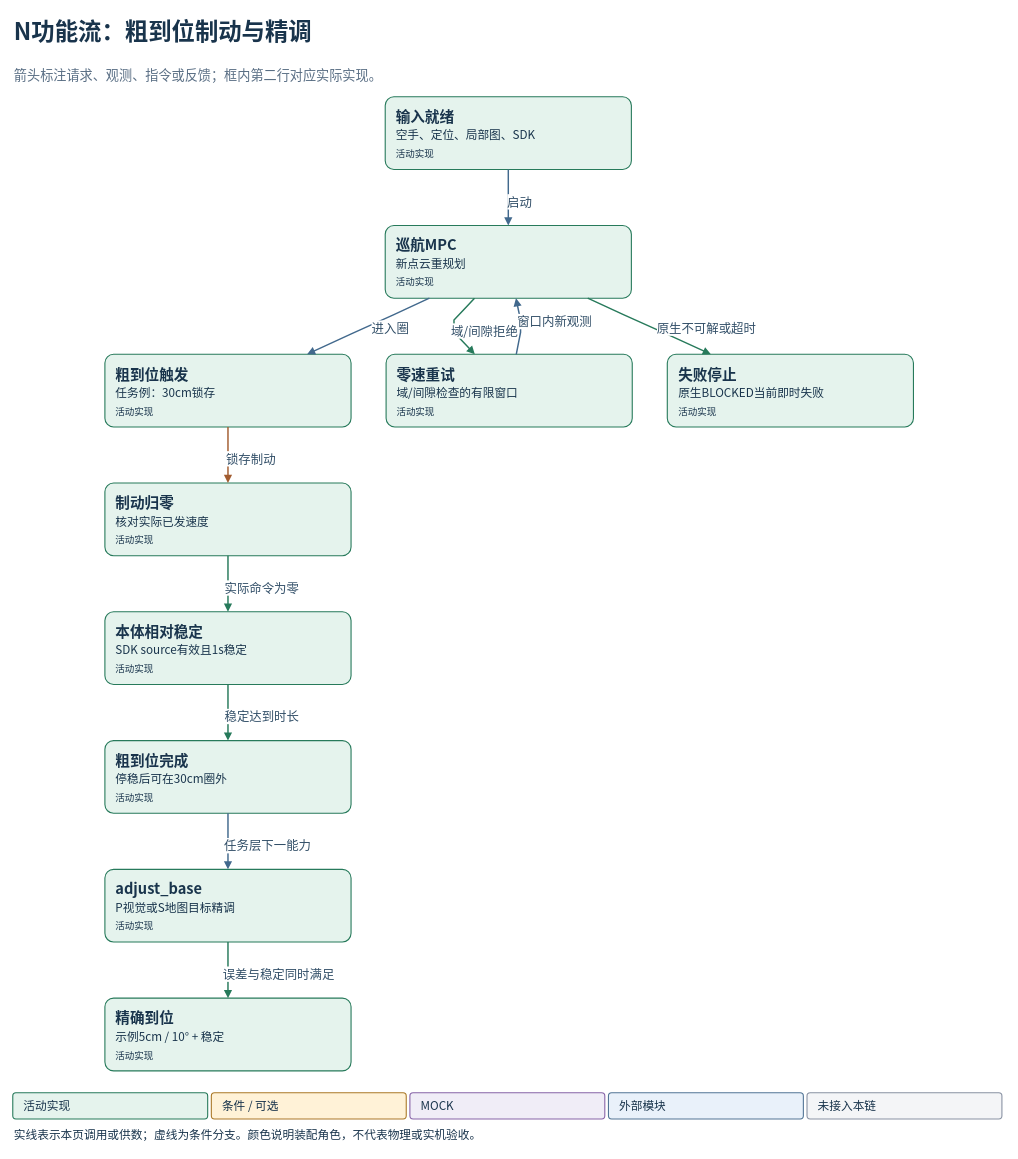
Before: page "N功能流：粗到位制动与精调" (2 of 4) of site/diagrams/navigation-runtime.drawio in gao377/gao377.github.io, a draw.io diagram. Source tidied: cells renumbered, new cells numbered last; positions are measured from the earlier drawing's top-left corner, leaving out a move shared by most shapes. Both pictures are drawn from the tidied source at 73%, with x=0, y=0 at pixel (12, 12).
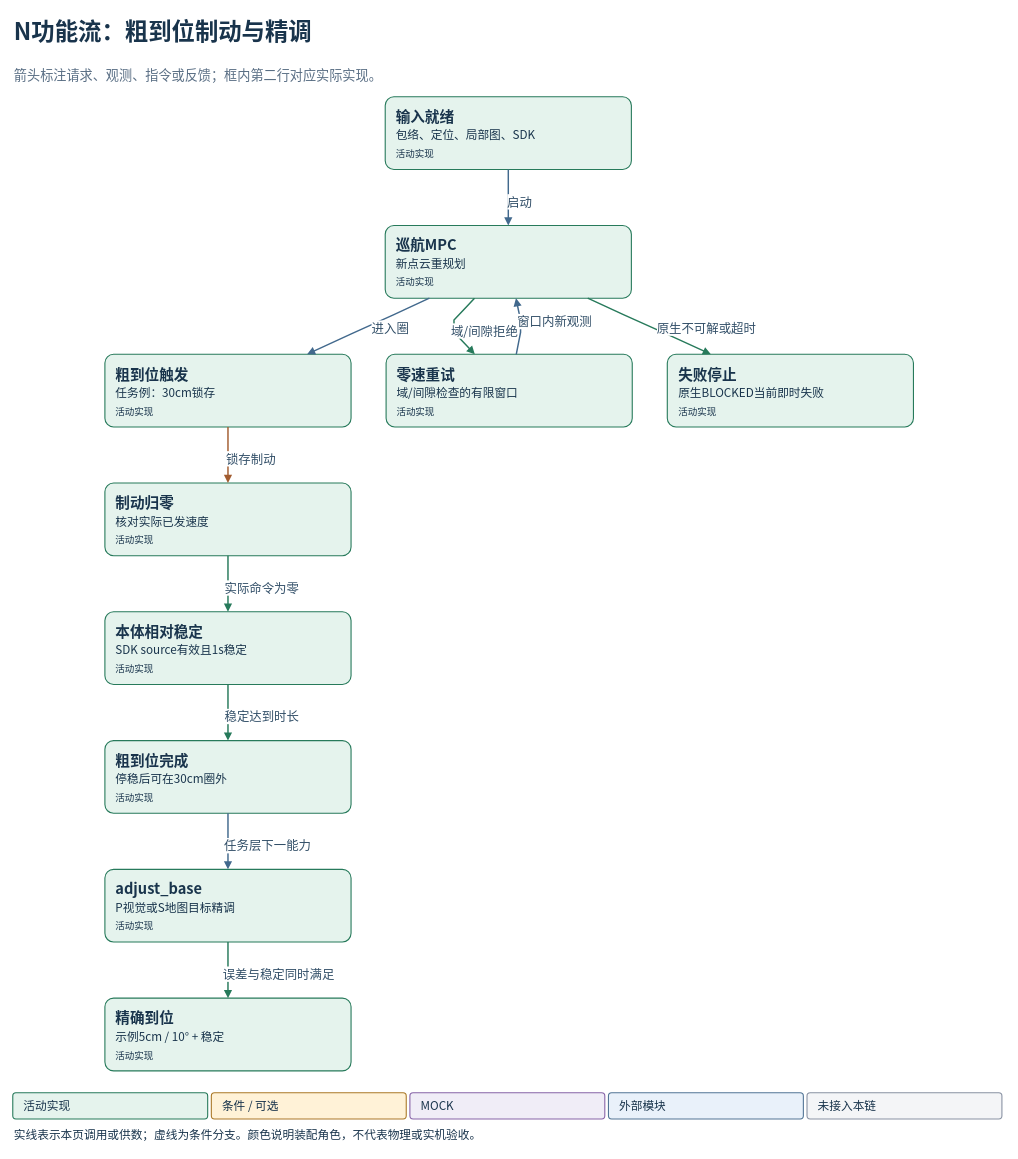
Above is the later version.

What changed in the source:
```diff
@@
-    <mxCell id="4" value="&lt;b&gt;输入就绪&lt;/b&gt;&lt;br&gt;&lt;font style=&quot;font-size:16px&quot;&gt;空手、定位、局部图、SDK&lt;/font&gt;&lt;br&gt;&lt;font style=&quot;font-size:13px&quot;&gt;活动实现&lt;/font&gt;" style="rounded=1;whiteSpace=wrap;html=1;fillColor=#E5F3ED;strokeColor=#277A5B;strokeWidth=1.5;fontFamily=Noto Sans CJK SC;fontSize=20;fontColor=#19344C;align=left;verticalAlign=middle;spacing=15;arcSize=12;" parent="1" vertex="1">
+    <mxCell id="4" value="&lt;b&gt;输入就绪&lt;/b&gt;&lt;br&gt;&lt;font style=&quot;font-size:16px&quot;&gt;包络、定位、局部图、SDK&lt;/font&gt;&lt;br&gt;&lt;font style=&quot;font-size:13px&quot;&gt;活动实现&lt;/font&gt;" style="rounded=1;whiteSpace=wrap;html=1;fillColor=#E5F3ED;strokeColor=#277A5B;strokeWidth=1.5;fontFamily=Noto Sans CJK SC;fontSize=20;fontColor=#19344C;align=left;verticalAlign=middle;spacing=15;arcSize=12;" parent="1" vertex="1">
       <mxGeometry x="510.2" y="115" width="337.2" height="99.6" as="geometry" />
     </mxCell>
```
